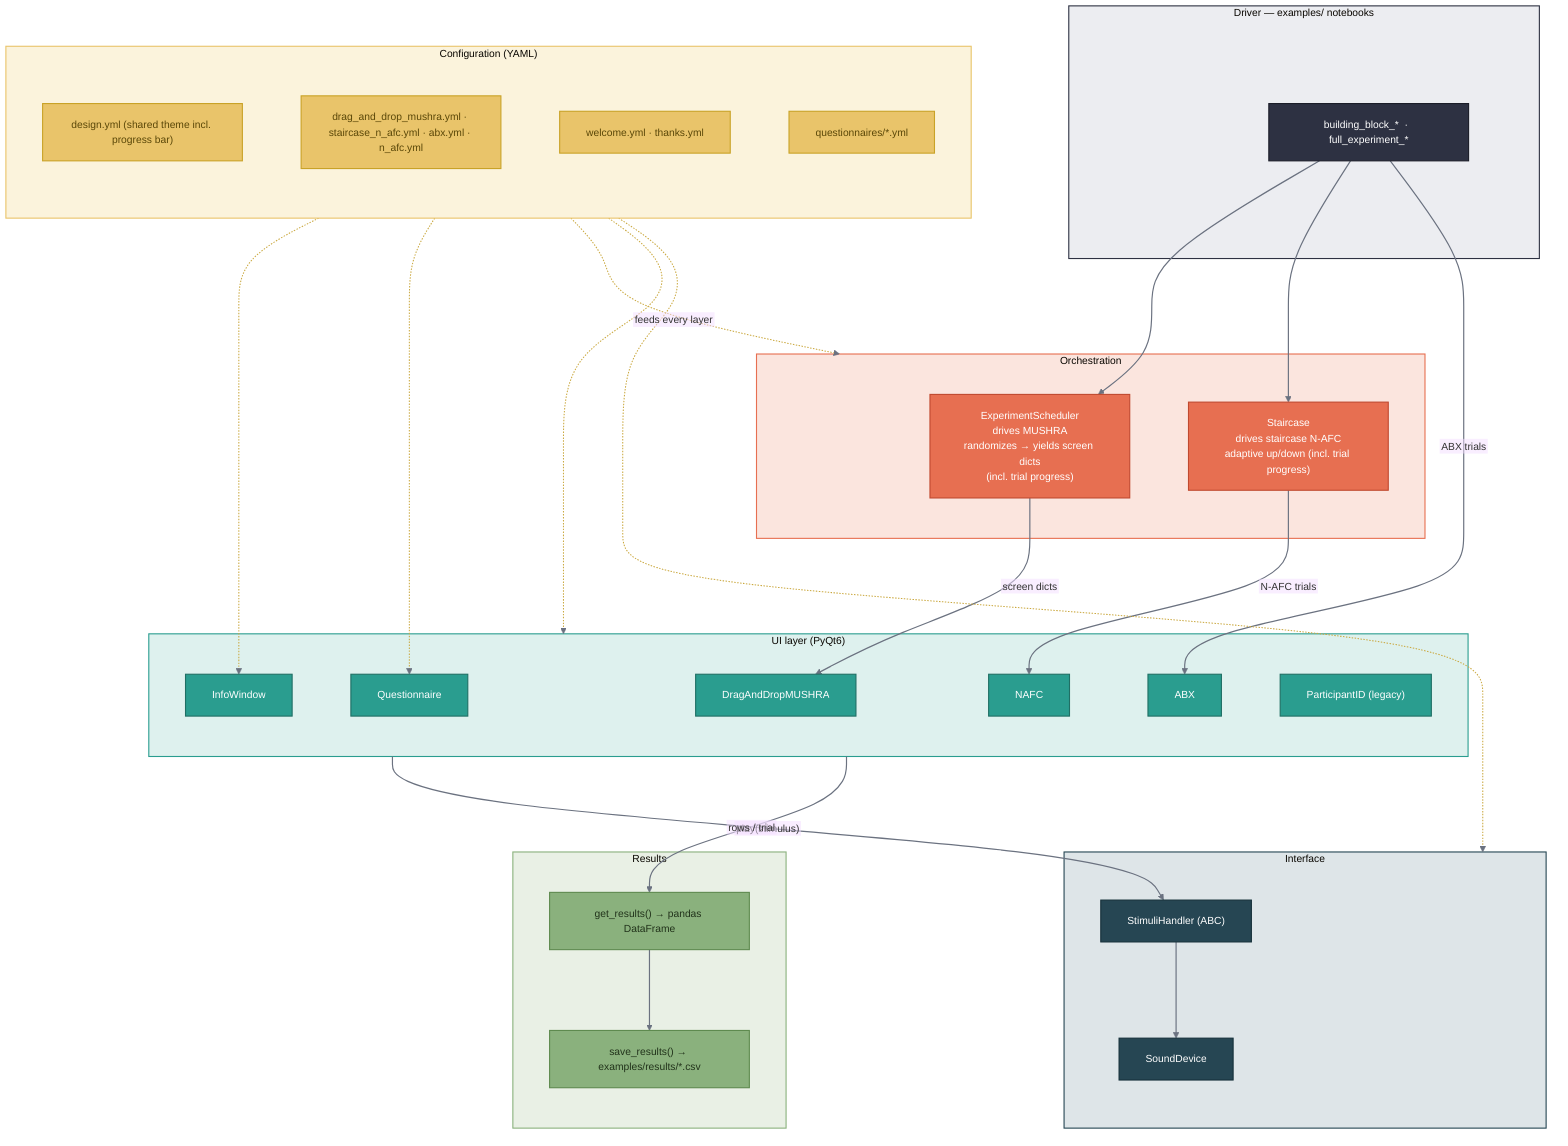
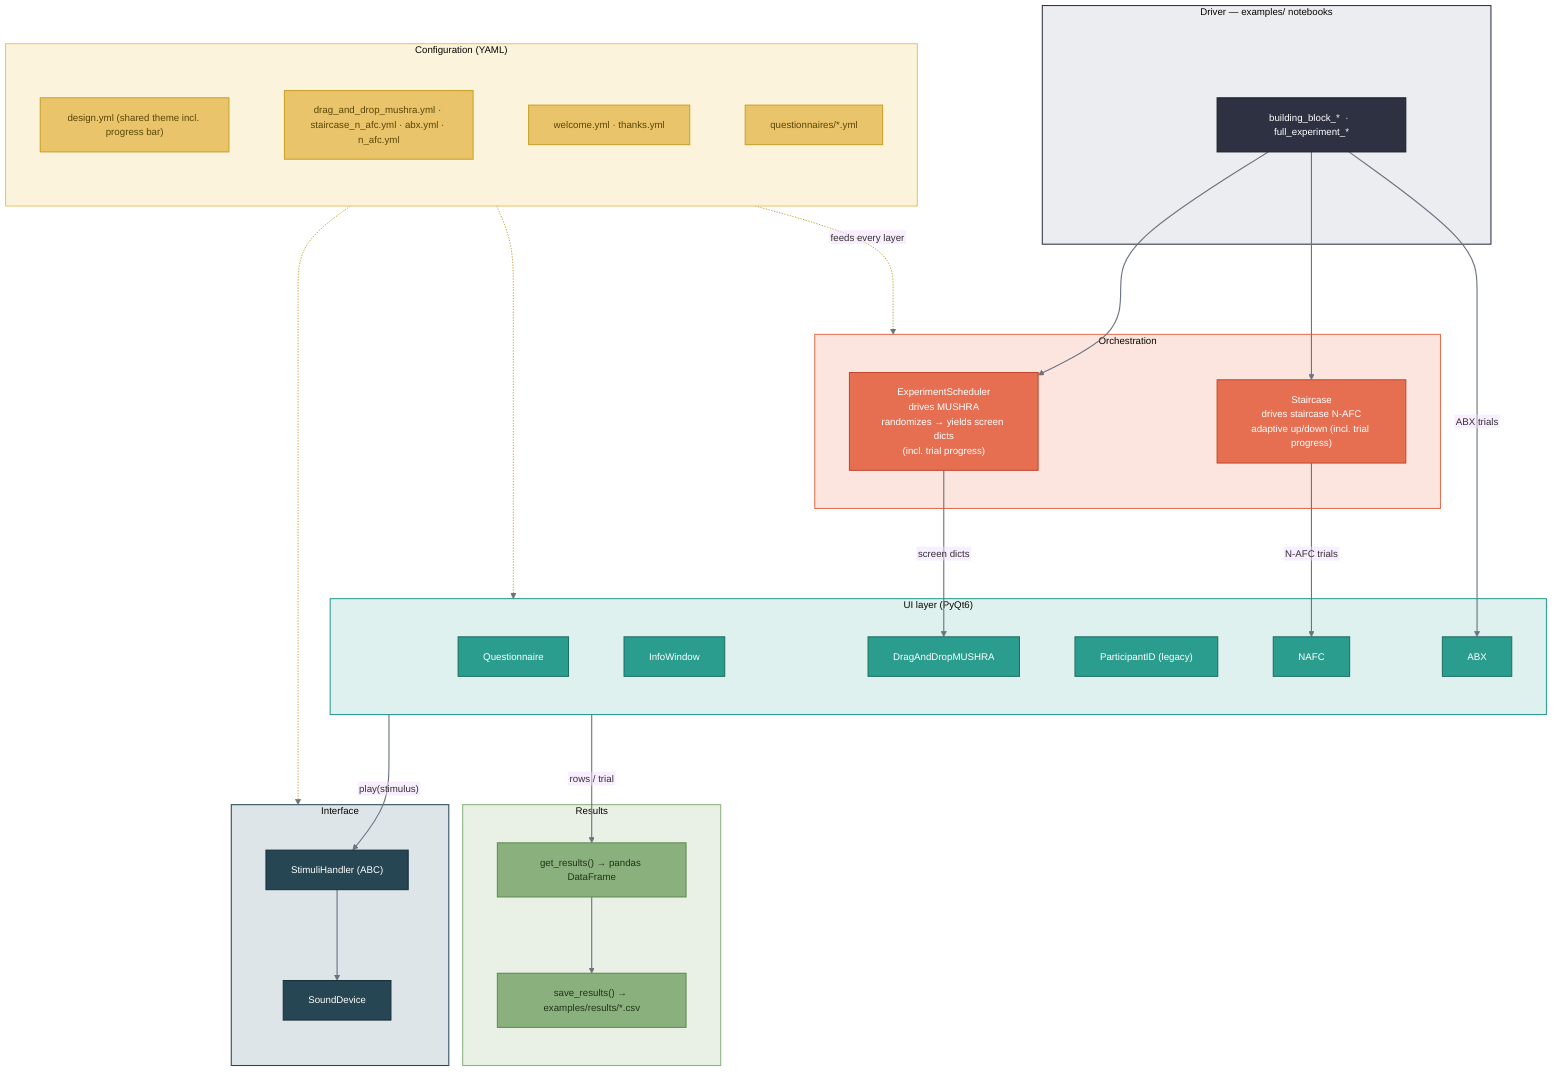
%% whispy architecture — paste into https://mermaid.live to export PNG/SVG
%%{init: {"theme":"base","fontFamily":"Arial","themeVariables":{"fontFamily":"Arial","fontSize":"14px","lineColor":"#6b7280"},"flowchart":{"curve":"basis","nodeSpacing":80,"rankSpacing":110,"padding":18,"htmlLabels":false,"useMaxWidth":true}}}%%

flowchart TB
    subgraph DRV["Driver — examples/ notebooks"]
        NB["building_block_*  ·  full_experiment_*"]
    end

    subgraph CFG["Configuration (YAML)"]
        direction TB
        C1["design.yml (shared theme incl. progress bar)"]
        C2["drag_and_drop_mushra.yml · staircase_n_afc.yml · abx.yml · n_afc.yml"]
        C3["welcome.yml · thanks.yml"]
        C4["questionnaires/*.yml"]
    end

    subgraph ORCH["Orchestration"]
        SCH["ExperimentScheduler<br/>drives MUSHRA<br/>randomizes → yields screen dicts<br/>(incl. trial progress)"]
        STC["Staircase<br/>drives staircase N-AFC<br/>adaptive up/down (incl. trial progress)"]
    end

    subgraph UI["UI layer (PyQt6)"]
+         QU["Questionnaire"]
+         IN["InfoWindow"]
        MU["DragAndDropMUSHRA"]
+         PI["ParticipantID (legacy)"]
        NA["NAFC"]
        AB["ABX"]
-         QU["Questionnaire"]
-         IN["InfoWindow"]
-         PI["ParticipantID (legacy)"]
    end

    subgraph AUD["Interface"]
        SH["StimuliHandler (ABC)"]
        SD["SoundDevice"]
    end

    subgraph RES["Results"]
        GR["get_results() → pandas DataFrame"]
        SR["save_results() → examples/results/*.csv"]
    end

+ 
    NB --> SCH
    NB --> STC
    NB -->|"ABX trials"| AB
    SCH -->|"screen dicts"| MU
    STC -->|"N-AFC trials"| NA
+     SH --> SD
    UI -->|"play(stimulus)"| SH
-     SH --> SD
    UI -->|"rows / trial"| GR
    GR --> SR

+     CFG -.-> AUD
+     CFG -.-> UI
    CFG -. feeds every layer .-> ORCH
-     CFG -.-> UI
-     CFG -.-> AUD
-     C3 -.-> IN
-     C4 -.-> QU

    classDef cfg fill:#E9C46A,stroke:#C9A227,stroke-width:1.5px,color:#5a4708;
    classDef orch fill:#E76F51,stroke:#c0492f,stroke-width:1.5px,color:#fff;
    classDef ui fill:#2A9D8F,stroke:#1f6f64,stroke-width:1.5px,color:#fff;
    classDef aud fill:#264653,stroke:#16303a,stroke-width:1.5px,color:#fff;
    classDef res fill:#8AB17D,stroke:#5e8a4f,stroke-width:1.5px,color:#22331b;
    classDef drv fill:#2D3142,stroke:#1b1d28,stroke-width:1.5px,color:#fff;
    class C1,C2,C3,C4 cfg;
    class SCH,STC orch;
    class MU,NA,AB,QU,IN,PI ui;
    class SH,SD aud;
    class GR,SR res;
    class NB drv;

    %% soft per-cluster background tints (a light wash of each group's colour)
    style DRV fill:#ECEDF1,stroke:#2D3142,stroke-width:1.5px,color:#2D3142;
    style CFG fill:#FBF3DC,stroke:#E9C46A,stroke-width:1.5px,color:#5a4708;
    style ORCH fill:#FBE5DE,stroke:#E76F51,stroke-width:1.5px,color:#7a2e1c;
    style UI fill:#DEF1EE,stroke:#2A9D8F,stroke-width:1.5px,color:#1f6f64;
    style AUD fill:#DEE5E8,stroke:#264653,stroke-width:1.5px,color:#264653;
    style RES fill:#E9F0E5,stroke:#8AB17D,stroke-width:1.5px,color:#3f5a33;

    %% edges: data flow in grey, the dotted config feeds in soft gold
    linkStyle default stroke:#6b7280,stroke-width:1.6px;
-     linkStyle 9,10,11,12,13 stroke:#caa83f,stroke-width:1.4px;
+     linkStyle 9,10,11 stroke:#caa83f,stroke-width:1.4px;
